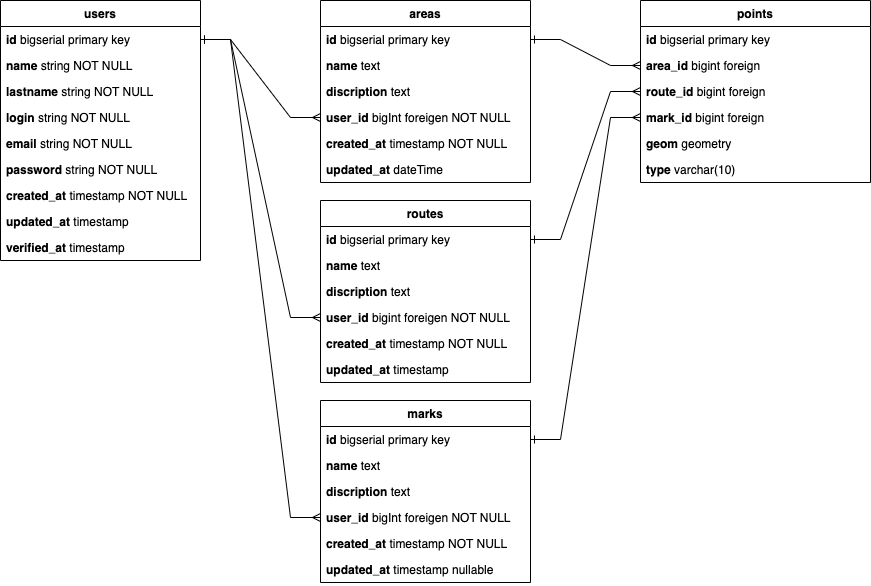
The draw.io diagram docs/images/db-structure.drawio.png in jbakhtin/driving-school-route-coverage, before a commit. Source tidied: cells renumbered, new cells last; positions are measured from the earlier drawing's top-left corner, leaving out a move shared by most shapes.
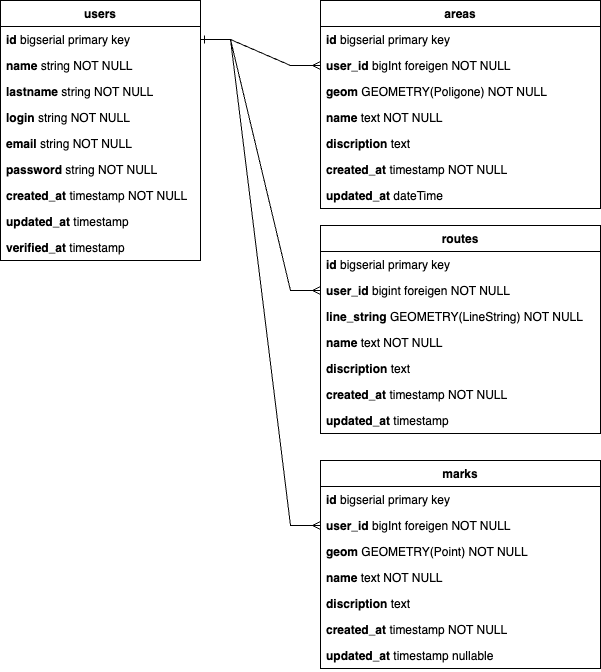
After the commit.

The edit, as a diff of the source:
```diff
@@ -33,89 +33,77 @@
       <mxGeometry y="234" width="200" height="26" as="geometry" />
     </mxCell>
     <mxCell id="12" value="routes" style="swimlane;fontStyle=1;align=center;verticalAlign=top;horizontal=1;startSize=26;whiteSpace=wrap;html=1;" parent="1" vertex="1">
-      <mxGeometry x="320" y="200" width="210" height="182" as="geometry" />
+      <mxGeometry x="320" y="225" width="280" height="208" as="geometry" />
     </mxCell>
     <mxCell id="13" value="&lt;b style=&quot;border-color: var(--border-color);&quot;&gt;id&amp;nbsp;&lt;/b&gt;bigserial primary key" style="text;strokeColor=none;fillColor=none;align=left;verticalAlign=top;spacingLeft=4;spacingRight=4;overflow=hidden;points=[[0,0.5],[1,0.5]];portConstraint=eastwest;whiteSpace=wrap;html=1;" parent="12" vertex="1">
-      <mxGeometry y="26" width="210" height="26" as="geometry" />
+      <mxGeometry y="26" width="280" height="26" as="geometry" />
     </mxCell>
+    <mxCell id="16" value="&lt;b&gt;user_id&lt;/b&gt;&amp;nbsp;bigint foreigen NOT NULL" style="text;strokeColor=none;fillColor=none;align=left;verticalAlign=top;spacingLeft=4;spacingRight=4;overflow=hidden;points=[[0,0.5],[1,0.5]];portConstraint=eastwest;whiteSpace=wrap;html=1;" parent="12" vertex="1">
+      <mxGeometry y="52" width="280" height="26" as="geometry" />
+    </mxCell>
+    <mxCell id="46" value="&lt;b&gt;line_string&amp;nbsp;&lt;/b&gt;GEOMETRY(LineString) NOT NULL" style="text;strokeColor=none;fillColor=none;align=left;verticalAlign=top;spacingLeft=4;spacingRight=4;overflow=hidden;whiteSpace=wrap;html=1;" parent="12" vertex="1">
+      <mxGeometry y="78" width="280" height="26" as="geometry" />
+    </mxCell>
-    <mxCell id="14" value="&lt;b&gt;name&amp;nbsp;&lt;/b&gt;text" style="text;strokeColor=none;fillColor=none;align=left;verticalAlign=top;spacingLeft=4;spacingRight=4;overflow=hidden;whiteSpace=wrap;html=1;" parent="12" vertex="1">
-      <mxGeometry y="52" width="210" height="26" as="geometry" />
+    <mxCell id="14" value="&lt;b&gt;name&amp;nbsp;&lt;/b&gt;text NOT NULL" style="text;strokeColor=none;fillColor=none;align=left;verticalAlign=top;spacingLeft=4;spacingRight=4;overflow=hidden;whiteSpace=wrap;html=1;" parent="12" vertex="1">
+      <mxGeometry y="104" width="280" height="26" as="geometry" />
     </mxCell>
     <mxCell id="15" value="&lt;b&gt;discription&amp;nbsp;&lt;/b&gt;text" style="text;strokeColor=none;fillColor=none;align=left;verticalAlign=top;spacingLeft=4;spacingRight=4;overflow=hidden;whiteSpace=wrap;html=1;" parent="12" vertex="1">
-      <mxGeometry y="78" width="210" height="26" as="geometry" />
+      <mxGeometry y="130" width="280" height="26" as="geometry" />
     </mxCell>
-    <mxCell id="16" value="&lt;b&gt;user_id&lt;/b&gt;&amp;nbsp;bigint foreigen NOT NULL" style="text;strokeColor=none;fillColor=none;align=left;verticalAlign=top;spacingLeft=4;spacingRight=4;overflow=hidden;points=[[0,0.5],[1,0.5]];portConstraint=eastwest;whiteSpace=wrap;html=1;" parent="12" vertex="1">
-      <mxGeometry y="104" width="210" height="26" as="geometry" />
-    </mxCell>
     <mxCell id="17" value="&lt;b&gt;created_at&amp;nbsp;&lt;/b&gt;timestamp&amp;nbsp;NOT NULL" style="text;strokeColor=none;fillColor=none;align=left;verticalAlign=top;spacingLeft=4;spacingRight=4;overflow=hidden;whiteSpace=wrap;html=1;" parent="12" vertex="1">
-      <mxGeometry y="130" width="210" height="26" as="geometry" />
+      <mxGeometry y="156" width="280" height="26" as="geometry" />
     </mxCell>
     <mxCell id="18" value="&lt;b&gt;updated_at&amp;nbsp;&lt;/b&gt;timestamp" style="text;strokeColor=none;fillColor=none;align=left;verticalAlign=top;spacingLeft=4;spacingRight=4;overflow=hidden;whiteSpace=wrap;html=1;" parent="12" vertex="1">
-      <mxGeometry y="156" width="210" height="26" as="geometry" />
+      <mxGeometry y="182" width="280" height="26" as="geometry" />
     </mxCell>
     <mxCell id="19" value="areas" style="swimlane;fontStyle=1;align=center;verticalAlign=top;horizontal=1;startSize=26;whiteSpace=wrap;html=1;" parent="1" vertex="1">
-      <mxGeometry x="320" width="210" height="182" as="geometry" />
+      <mxGeometry x="320" width="280" height="208" as="geometry" />
     </mxCell>
     <mxCell id="20" value="&lt;b style=&quot;border-color: var(--border-color);&quot;&gt;id&amp;nbsp;&lt;/b&gt;bigserial primary key" style="text;strokeColor=none;fillColor=none;align=left;verticalAlign=top;spacingLeft=4;spacingRight=4;overflow=hidden;points=[[0,0.5],[1,0.5]];portConstraint=eastwest;whiteSpace=wrap;html=1;" parent="19" vertex="1">
-      <mxGeometry y="26" width="210" height="26" as="geometry" />
+      <mxGeometry y="26" width="280" height="26" as="geometry" />
     </mxCell>
+    <mxCell id="23" value="&lt;b style=&quot;border-color: var(--border-color);&quot;&gt;user_id&lt;/b&gt;&amp;nbsp;bigInt&amp;nbsp;foreigen NOT NULL" style="text;strokeColor=none;fillColor=none;align=left;verticalAlign=top;spacingLeft=4;spacingRight=4;overflow=hidden;points=[[0,0.5],[1,0.5]];portConstraint=eastwest;whiteSpace=wrap;html=1;" parent="19" vertex="1">
+      <mxGeometry y="52" width="280" height="26" as="geometry" />
+    </mxCell>
+    <mxCell id="47" value="&lt;b&gt;geom&amp;nbsp;&lt;/b&gt;GEOMETRY(Poligone) NOT NULL" style="text;strokeColor=none;fillColor=none;align=left;verticalAlign=top;spacingLeft=4;spacingRight=4;overflow=hidden;whiteSpace=wrap;html=1;" parent="19" vertex="1">
+      <mxGeometry y="78" width="280" height="26" as="geometry" />
+    </mxCell>
-    <mxCell id="21" value="&lt;b&gt;name&amp;nbsp;&lt;/b&gt;text" style="text;strokeColor=none;fillColor=none;align=left;verticalAlign=top;spacingLeft=4;spacingRight=4;overflow=hidden;whiteSpace=wrap;html=1;" parent="19" vertex="1">
-      <mxGeometry y="52" width="210" height="26" as="geometry" />
+    <mxCell id="21" value="&lt;b&gt;name&amp;nbsp;&lt;/b&gt;text NOT NULL" style="text;strokeColor=none;fillColor=none;align=left;verticalAlign=top;spacingLeft=4;spacingRight=4;overflow=hidden;whiteSpace=wrap;html=1;" parent="19" vertex="1">
+      <mxGeometry y="104" width="280" height="26" as="geometry" />
     </mxCell>
     <mxCell id="22" value="&lt;b&gt;discription&amp;nbsp;&lt;/b&gt;text" style="text;strokeColor=none;fillColor=none;align=left;verticalAlign=top;spacingLeft=4;spacingRight=4;overflow=hidden;whiteSpace=wrap;html=1;" parent="19" vertex="1">
-      <mxGeometry y="78" width="210" height="26" as="geometry" />
+      <mxGeometry y="130" width="280" height="26" as="geometry" />
     </mxCell>
-    <mxCell id="23" value="&lt;b style=&quot;border-color: var(--border-color);&quot;&gt;user_id&lt;/b&gt;&amp;nbsp;bigInt&amp;nbsp;foreigen NOT NULL" style="text;strokeColor=none;fillColor=none;align=left;verticalAlign=top;spacingLeft=4;spacingRight=4;overflow=hidden;points=[[0,0.5],[1,0.5]];portConstraint=eastwest;whiteSpace=wrap;html=1;" parent="19" vertex="1">
-      <mxGeometry y="104" width="210" height="26" as="geometry" />
-    </mxCell>
     <mxCell id="24" value="&lt;b style=&quot;border-color: var(--border-color);&quot;&gt;created_at&amp;nbsp;&lt;/b&gt;timestamp NOT NULL" style="text;strokeColor=none;fillColor=none;align=left;verticalAlign=top;spacingLeft=4;spacingRight=4;overflow=hidden;whiteSpace=wrap;html=1;" parent="19" vertex="1">
-      <mxGeometry y="130" width="210" height="26" as="geometry" />
+      <mxGeometry y="156" width="280" height="26" as="geometry" />
     </mxCell>
     <mxCell id="25" value="&lt;b style=&quot;border-color: var(--border-color);&quot;&gt;updated_at&amp;nbsp;&lt;/b&gt;dateTime" style="text;strokeColor=none;fillColor=none;align=left;verticalAlign=top;spacingLeft=4;spacingRight=4;overflow=hidden;whiteSpace=wrap;html=1;" parent="19" vertex="1">
-      <mxGeometry y="156" width="210" height="26" as="geometry" />
+      <mxGeometry y="182" width="280" height="26" as="geometry" />
     </mxCell>
     <mxCell id="26" value="marks" style="swimlane;fontStyle=1;align=center;verticalAlign=top;horizontal=1;startSize=26;whiteSpace=wrap;html=1;" parent="1" vertex="1">
-      <mxGeometry x="320" y="400" width="210" height="182" as="geometry" />
+      <mxGeometry x="320" y="460" width="280" height="208" as="geometry" />
     </mxCell>
     <mxCell id="27" value="&lt;b style=&quot;border-color: var(--border-color);&quot;&gt;id&amp;nbsp;&lt;/b&gt;bigserial primary key" style="text;strokeColor=none;fillColor=none;align=left;verticalAlign=top;spacingLeft=4;spacingRight=4;overflow=hidden;points=[[0,0.5],[1,0.5]];portConstraint=eastwest;whiteSpace=wrap;html=1;" parent="26" vertex="1">
-      <mxGeometry y="26" width="210" height="26" as="geometry" />
+      <mxGeometry y="26" width="280" height="26" as="geometry" />
     </mxCell>
+    <mxCell id="30" value="&lt;b style=&quot;border-color: var(--border-color);&quot;&gt;user_id&lt;/b&gt;&amp;nbsp;bigInt&amp;nbsp;foreigen NOT NULL" style="text;strokeColor=none;fillColor=none;align=left;verticalAlign=top;spacingLeft=4;spacingRight=4;overflow=hidden;points=[[0,0.5],[1,0.5]];portConstraint=eastwest;whiteSpace=wrap;html=1;" parent="26" vertex="1">
+      <mxGeometry y="52" width="280" height="26" as="geometry" />
+    </mxCell>
+    <mxCell id="48" value="&lt;b&gt;geom&amp;nbsp;&lt;/b&gt;GEOMETRY(Point) NOT NULL" style="text;strokeColor=none;fillColor=none;align=left;verticalAlign=top;spacingLeft=4;spacingRight=4;overflow=hidden;whiteSpace=wrap;html=1;" parent="26" vertex="1">
+      <mxGeometry y="78" width="280" height="26" as="geometry" />
+    </mxCell>
-    <mxCell id="28" value="&lt;b&gt;name&amp;nbsp;&lt;/b&gt;text" style="text;strokeColor=none;fillColor=none;align=left;verticalAlign=top;spacingLeft=4;spacingRight=4;overflow=hidden;whiteSpace=wrap;html=1;" parent="26" vertex="1">
-      <mxGeometry y="52" width="210" height="26" as="geometry" />
+    <mxCell id="28" value="&lt;b&gt;name&amp;nbsp;&lt;/b&gt;text NOT NULL" style="text;strokeColor=none;fillColor=none;align=left;verticalAlign=top;spacingLeft=4;spacingRight=4;overflow=hidden;whiteSpace=wrap;html=1;" parent="26" vertex="1">
+      <mxGeometry y="104" width="280" height="26" as="geometry" />
     </mxCell>
     <mxCell id="29" value="&lt;b&gt;discription&amp;nbsp;&lt;/b&gt;text" style="text;strokeColor=none;fillColor=none;align=left;verticalAlign=top;spacingLeft=4;spacingRight=4;overflow=hidden;whiteSpace=wrap;html=1;" parent="26" vertex="1">
-      <mxGeometry y="78" width="210" height="26" as="geometry" />
+      <mxGeometry y="130" width="280" height="26" as="geometry" />
     </mxCell>
-    <mxCell id="30" value="&lt;b style=&quot;border-color: var(--border-color);&quot;&gt;user_id&lt;/b&gt;&amp;nbsp;bigInt&amp;nbsp;foreigen NOT NULL" style="text;strokeColor=none;fillColor=none;align=left;verticalAlign=top;spacingLeft=4;spacingRight=4;overflow=hidden;points=[[0,0.5],[1,0.5]];portConstraint=eastwest;whiteSpace=wrap;html=1;" parent="26" vertex="1">
-      <mxGeometry y="104" width="210" height="26" as="geometry" />
-    </mxCell>
     <mxCell id="31" value="&lt;b style=&quot;border-color: var(--border-color);&quot;&gt;created_at&amp;nbsp;&lt;/b&gt;timestamp&amp;nbsp;NOT NULL" style="text;strokeColor=none;fillColor=none;align=left;verticalAlign=top;spacingLeft=4;spacingRight=4;overflow=hidden;whiteSpace=wrap;html=1;" parent="26" vertex="1">
-      <mxGeometry y="130" width="210" height="26" as="geometry" />
+      <mxGeometry y="156" width="280" height="26" as="geometry" />
     </mxCell>
     <mxCell id="32" value="&lt;b style=&quot;border-color: var(--border-color);&quot;&gt;updated_at&amp;nbsp;&lt;/b&gt;timestamp&amp;nbsp;nullable" style="text;strokeColor=none;fillColor=none;align=left;verticalAlign=top;spacingLeft=4;spacingRight=4;overflow=hidden;whiteSpace=wrap;html=1;" parent="26" vertex="1">
-      <mxGeometry y="156" width="210" height="26" as="geometry" />
+      <mxGeometry y="182" width="280" height="26" as="geometry" />
     </mxCell>
-    <mxCell id="33" value="points" style="swimlane;fontStyle=1;align=center;verticalAlign=top;horizontal=1;startSize=26;whiteSpace=wrap;html=1;" parent="1" vertex="1">
-      <mxGeometry x="640" width="230" height="182" as="geometry" />
-    </mxCell>
-    <mxCell id="34" value="&lt;b&gt;id&amp;nbsp;&lt;/b&gt;bigserial primary key" style="text;strokeColor=none;fillColor=none;align=left;verticalAlign=top;spacingLeft=4;spacingRight=4;overflow=hidden;whiteSpace=wrap;html=1;" parent="33" vertex="1">
-      <mxGeometry y="26" width="230" height="26" as="geometry" />
-    </mxCell>
-    <mxCell id="35" value="&lt;b&gt;area_id&lt;/b&gt;&amp;nbsp;bigint foreign" style="text;strokeColor=none;fillColor=none;align=left;verticalAlign=top;spacingLeft=4;spacingRight=4;overflow=hidden;points=[[0,0.5],[1,0.5]];portConstraint=eastwest;whiteSpace=wrap;html=1;" parent="33" vertex="1">
-      <mxGeometry y="52" width="230" height="26" as="geometry" />
-    </mxCell>
-    <mxCell id="36" value="&lt;b&gt;route_id&lt;/b&gt;&amp;nbsp;bigint foreign" style="text;strokeColor=none;fillColor=none;align=left;verticalAlign=top;spacingLeft=4;spacingRight=4;overflow=hidden;points=[[0,0.5],[1,0.5]];portConstraint=eastwest;whiteSpace=wrap;html=1;" parent="33" vertex="1">
-      <mxGeometry y="78" width="230" height="26" as="geometry" />
-    </mxCell>
-    <mxCell id="37" value="&lt;b&gt;mark_id&lt;/b&gt;&amp;nbsp;bigint foreign" style="text;strokeColor=none;fillColor=none;align=left;verticalAlign=top;spacingLeft=4;spacingRight=4;overflow=hidden;points=[[0,0.5],[1,0.5]];portConstraint=eastwest;whiteSpace=wrap;html=1;" parent="33" vertex="1">
-      <mxGeometry y="104" width="230" height="26" as="geometry" />
-    </mxCell>
-    <mxCell id="38" value="&lt;b&gt;geom&amp;nbsp;&lt;/b&gt;geometry" style="text;strokeColor=none;fillColor=none;align=left;verticalAlign=top;spacingLeft=4;spacingRight=4;overflow=hidden;whiteSpace=wrap;html=1;" parent="33" vertex="1">
-      <mxGeometry y="130" width="230" height="26" as="geometry" />
-    </mxCell>
-    <mxCell id="39" value="&lt;b&gt;type &lt;/b&gt;varchar(10)" style="text;strokeColor=none;fillColor=none;align=left;verticalAlign=top;spacingLeft=4;spacingRight=4;overflow=hidden;whiteSpace=wrap;html=1;" parent="33" vertex="1">
-      <mxGeometry y="156" width="230" height="26" as="geometry" />
-    </mxCell>
     <mxCell id="40" style="edgeStyle=entityRelationEdgeStyle;rounded=0;jettySize=auto;html=1;entryX=0;entryY=0.5;entryDx=0;entryDy=0;endArrow=ERmany;endFill=0;startArrow=ERone;startFill=0;" parent="1" edge="1" source="3" target="23">
       <mxGeometry relative="1" as="geometry" />
     </mxCell>
@@ -125,14 +113,5 @@
     <mxCell id="42" style="edgeStyle=entityRelationEdgeStyle;rounded=0;jettySize=auto;html=1;entryX=0;entryY=0.5;entryDx=0;entryDy=0;startArrow=ERone;startFill=0;endArrow=ERmany;endFill=0;" parent="1" edge="1" source="3" target="30">
       <mxGeometry relative="1" as="geometry" />
     </mxCell>
-    <mxCell id="43" style="edgeStyle=entityRelationEdgeStyle;rounded=0;jettySize=auto;html=1;endArrow=ERmany;endFill=0;startArrow=ERone;startFill=0;entryX=0;entryY=0.5;entryDx=0;entryDy=0;" parent="1" edge="1" source="20" target="35">
-      <mxGeometry relative="1" as="geometry" />
-    </mxCell>
-    <mxCell id="44" style="edgeStyle=entityRelationEdgeStyle;rounded=0;jettySize=auto;html=1;endArrow=ERmany;endFill=0;startArrow=ERone;startFill=0;exitX=1;exitY=0.5;exitDx=0;exitDy=0;entryX=0;entryY=0.5;entryDx=0;entryDy=0;" parent="1" edge="1" source="13" target="36">
-      <mxGeometry relative="1" as="geometry" />
-    </mxCell>
-    <mxCell id="45" style="edgeStyle=entityRelationEdgeStyle;rounded=0;jettySize=auto;html=1;entryX=0;entryY=0.5;entryDx=0;entryDy=0;endArrow=ERmany;endFill=0;startArrow=ERone;startFill=0;exitX=1;exitY=0.5;exitDx=0;exitDy=0;" parent="1" edge="1" source="27" target="37">
-      <mxGeometry relative="1" as="geometry" />
-    </mxCell>
   </root>
 </mxGraphModel>
```
